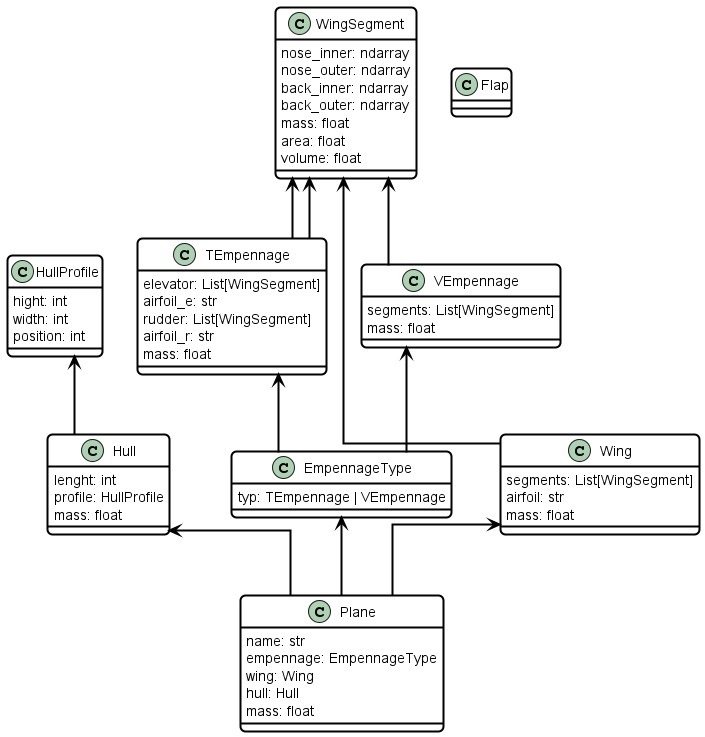
Above: doc/uml/test.png in TheHenrik/mace (PlantUML), before the change.
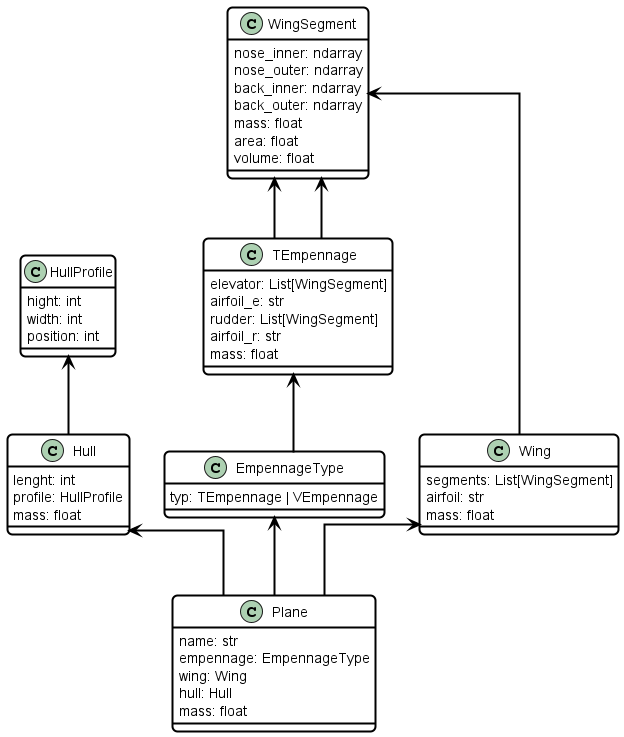
Above is the later version.

Diff of the diagram source:
```diff
@@ -11,53 +11,21 @@
         RoundCorner 10
     }
 </style>
-class HullProfile {
-hight: int
-width: int
-position: int
+class EmpennageType {
+typ: TEmpennage | VEmpennage
 }
+TEmpennage <-- EmpennageType
 class Hull {
 lenght: int
 profile: HullProfile
 mass: float
 }
 HullProfile <-- Hull
-class Flap {
+class HullProfile {
+hight: int
+width: int
+position: int
 }
-class WingSegment {
-nose_inner: ndarray
-nose_outer: ndarray
-back_inner: ndarray
-back_outer: ndarray
-mass: float
-area: float
-volume: float
-}
-class TEmpennage {
-elevator: List[WingSegment]
-airfoil_e: str
-rudder: List[WingSegment]
-airfoil_r: str
-mass: float
-}
-WingSegment <-- TEmpennage
-WingSegment <-- TEmpennage
-class VEmpennage {
-segments: List[WingSegment]
-mass: float
-}
-WingSegment <-- VEmpennage
-class EmpennageType {
-typ: TEmpennage | VEmpennage
-}
-TEmpennage <-- EmpennageType
-VEmpennage <-- EmpennageType
-class Wing {
-segments: List[WingSegment]
-airfoil: str
-mass: float
-}
-WingSegment <-- Wing
 class Plane {
 name: str
 empennage: EmpennageType
@@ -68,4 +36,28 @@
 EmpennageType <-- Plane
 Wing <-- Plane
 Hull <-- Plane
+class TEmpennage {
+elevator: List[WingSegment]
+airfoil_e: str
+rudder: List[WingSegment]
+airfoil_r: str
+mass: float
+}
+WingSegment <-- TEmpennage
+WingSegment <-- TEmpennage
+class Wing {
+segments: List[WingSegment]
+airfoil: str
+mass: float
+}
+WingSegment <-- Wing
+class WingSegment {
+nose_inner: ndarray
+nose_outer: ndarray
+back_inner: ndarray
+back_outer: ndarray
+mass: float
+area: float
+volume: float
+}
 @enduml
```
